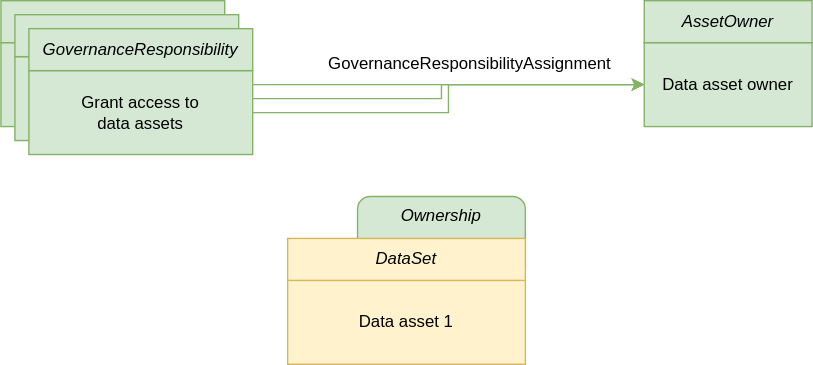
Above: site/docs/guides/planning/governance-program/ownership-classification-example.svg in odpi/egeria-docs (draw.io), before the change. Source tidied: cells renumbered, new cells last; positions are measured from the earlier drawing's top-left corner, leaving out a move shared by most shapes.
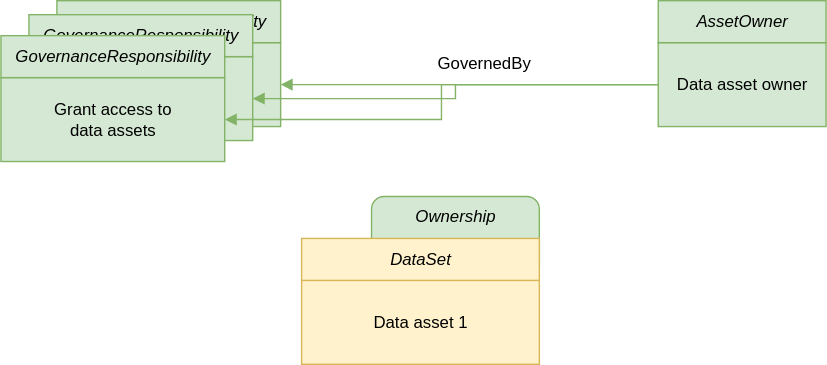
After the change.

What changed in the source:
```diff
@@ -11,17 +11,17 @@
     <mxCell id="4" value="AssetOwner" style="rounded=0;whiteSpace=wrap;html=1;fontStyle=2;fillColor=#d5e8d4;strokeColor=#82b366;" parent="1" vertex="1">
       <mxGeometry x="460" width="120" height="30" as="geometry" />
     </mxCell>
-    <mxCell id="5" style="edgeStyle=orthogonalEdgeStyle;rounded=0;jettySize=auto;html=1;exitX=1;exitY=0.5;exitDx=0;exitDy=0;fillColor=#d5e8d4;strokeColor=#82b366;" parent="1" edge="1" source="6" target="3">
+    <mxCell id="5" style="edgeStyle=orthogonalEdgeStyle;rounded=0;jettySize=auto;html=1;exitX=1;exitY=0.5;exitDx=0;exitDy=0;fillColor=#d5e8d4;strokeColor=#82b366;endArrow=none;endFill=0;startArrow=block;startFill=1;" parent="1" edge="1" source="6" target="3">
       <mxGeometry relative="1" as="geometry" />
     </mxCell>
     <mxCell id="6" value="Grant access to&lt;br&gt;data assets" style="rounded=0;whiteSpace=wrap;html=1;fillColor=#d5e8d4;strokeColor=#82b366;" parent="1" vertex="1">
-      <mxGeometry y="30" width="160" height="60" as="geometry" />
+      <mxGeometry x="30" y="30" width="160" height="60" as="geometry" />
     </mxCell>
     <mxCell id="7" value="GovernanceResponsibility" style="rounded=0;whiteSpace=wrap;html=1;fontStyle=2;fillColor=#d5e8d4;strokeColor=#82b366;" parent="1" vertex="1">
-      <mxGeometry width="160" height="30" as="geometry" />
+      <mxGeometry x="30" width="160" height="30" as="geometry" />
     </mxCell>
-    <mxCell id="8" value="GovernanceResponsibilityAssignment" style="text;html=1;align=center;verticalAlign=middle;strokeColor=none;fillColor=none;" parent="1" vertex="1">
-      <mxGeometry x="220" y="30" width="230" height="30" as="geometry" />
+    <mxCell id="8" value="GovernedBy" style="text;html=1;align=center;verticalAlign=middle;strokeColor=none;fillColor=none;" parent="1" vertex="1">
+      <mxGeometry x="290" y="30" width="90" height="30" as="geometry" />
     </mxCell>
     <mxCell id="9" value="Data asset 1" style="rounded=0;whiteSpace=wrap;html=1;fillColor=#fff2cc;strokeColor=#d6b656;" parent="1" vertex="1">
       <mxGeometry x="205" y="200" width="170" height="60" as="geometry" />
@@ -29,7 +29,7 @@
     <mxCell id="10" value="DataSet" style="rounded=0;whiteSpace=wrap;html=1;fontStyle=2;fillColor=#fff2cc;strokeColor=#d6b656;" parent="1" vertex="1">
       <mxGeometry x="205" y="170" width="170" height="30" as="geometry" />
     </mxCell>
-    <mxCell id="11" style="edgeStyle=orthogonalEdgeStyle;rounded=0;jettySize=auto;html=1;exitX=1;exitY=0.5;exitDx=0;exitDy=0;fillColor=#d5e8d4;strokeColor=#82b366;entryX=0;entryY=0.5;entryDx=0;entryDy=0;" parent="1" edge="1" source="12" target="3">
+    <mxCell id="11" style="edgeStyle=orthogonalEdgeStyle;rounded=0;jettySize=auto;html=1;exitX=1;exitY=0.5;exitDx=0;exitDy=0;fillColor=#d5e8d4;strokeColor=#82b366;entryX=0;entryY=0.5;entryDx=0;entryDy=0;startArrow=block;startFill=1;endArrow=none;endFill=0;" parent="1" edge="1" source="12" target="3">
       <mxGeometry relative="1" as="geometry" />
     </mxCell>
     <mxCell id="12" value="Grant access to&lt;br&gt;data assets" style="rounded=0;whiteSpace=wrap;html=1;fillColor=#d5e8d4;strokeColor=#82b366;" parent="1" vertex="1">
@@ -38,14 +38,14 @@
     <mxCell id="13" value="GovernanceResponsibility" style="rounded=0;whiteSpace=wrap;html=1;fontStyle=2;fillColor=#d5e8d4;strokeColor=#82b366;" parent="1" vertex="1">
       <mxGeometry x="10" y="10" width="160" height="30" as="geometry" />
     </mxCell>
-    <mxCell id="14" style="edgeStyle=orthogonalEdgeStyle;rounded=0;jettySize=auto;html=1;exitX=1;exitY=0.5;exitDx=0;exitDy=0;fillColor=#d5e8d4;strokeColor=#82b366;entryX=0;entryY=0.5;entryDx=0;entryDy=0;" parent="1" edge="1" source="15" target="3">
+    <mxCell id="14" style="edgeStyle=orthogonalEdgeStyle;rounded=0;jettySize=auto;html=1;exitX=1;exitY=0.5;exitDx=0;exitDy=0;fillColor=#d5e8d4;strokeColor=#82b366;entryX=0;entryY=0.5;entryDx=0;entryDy=0;endArrow=none;endFill=0;startArrow=block;startFill=1;" parent="1" edge="1" source="15" target="3">
       <mxGeometry relative="1" as="geometry" />
     </mxCell>
     <mxCell id="15" value="Grant access to&lt;br&gt;data assets" style="rounded=0;whiteSpace=wrap;html=1;fillColor=#d5e8d4;strokeColor=#82b366;" parent="1" vertex="1">
-      <mxGeometry x="20" y="50" width="160" height="60" as="geometry" />
+      <mxGeometry x="-10" y="55" width="160" height="60" as="geometry" />
     </mxCell>
     <mxCell id="16" value="GovernanceResponsibility" style="rounded=0;whiteSpace=wrap;html=1;fontStyle=2;fillColor=#d5e8d4;strokeColor=#82b366;" parent="1" vertex="1">
-      <mxGeometry x="20" y="20" width="160" height="30" as="geometry" />
+      <mxGeometry x="-10" y="25" width="160" height="30" as="geometry" />
     </mxCell>
   </root>
 </mxGraphModel>
```
